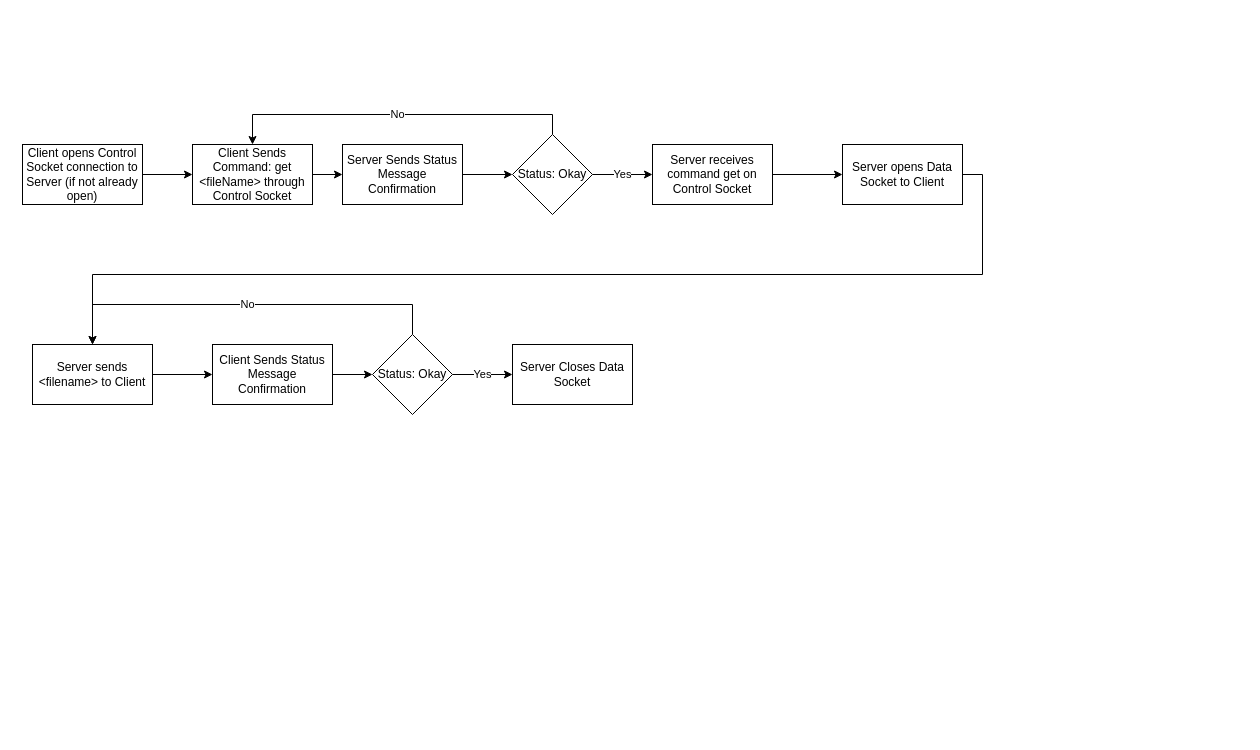
The draw.io diagram Design Documents/FTP Design Document - GET Command.drawio in kipflip1125/client-server, before the edit. Source tidied: cells renumbered, new cells numbered last; positions are measured from the earlier drawing's top-left corner, leaving out a move shared by most shapes. Both pictures are drawn from the tidied source at 100%, with x=0, y=0 at pixel (22, 134).
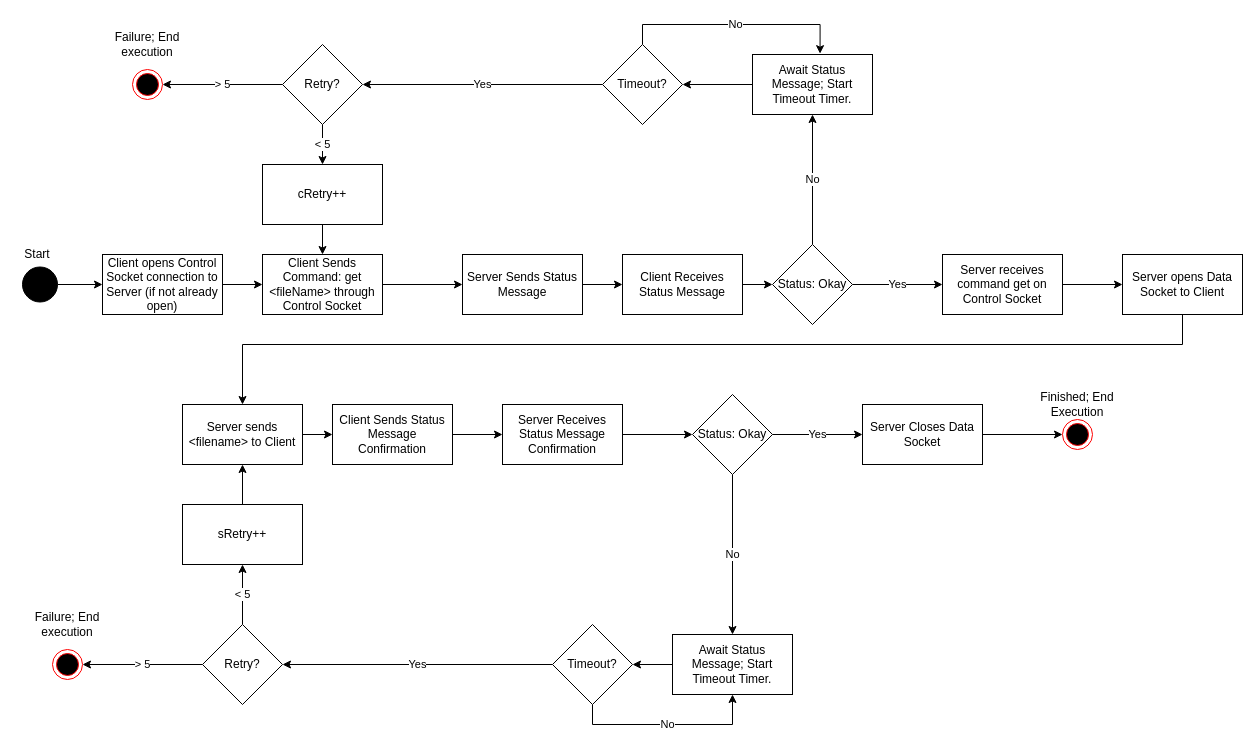
Above is the later version.

Commit message (it also covers changes not shown here):
Added Retry and better ACK handling.  Also Start and End States

What changed in the source:
```diff
@@
     <mxCell id="3" value="Client Sends Command: get &amp;lt;fileName&amp;gt; through Control Socket" style="rounded=0;whiteSpace=wrap;html=1;" parent="1" vertex="1">
-      <mxGeometry x="170" y="10" width="120" height="60" as="geometry" />
+      <mxGeometry x="240" y="120" width="120" height="60" as="geometry" />
     </mxCell>
@@
     <mxCell id="5" value="Server receives command get on Control Socket" style="rounded=0;whiteSpace=wrap;html=1;" parent="1" vertex="1">
-      <mxGeometry x="630" y="10" width="120" height="60" as="geometry" />
+      <mxGeometry x="920" y="120" width="120" height="60" as="geometry" />
     </mxCell>
@@
     <mxCell id="7" value="Client opens Control Socket connection to Server (if not already open)" style="rounded=0;whiteSpace=wrap;html=1;" parent="1" vertex="1">
-      <mxGeometry y="10" width="120" height="60" as="geometry" />
+      <mxGeometry x="80" y="120" width="120" height="60" as="geometry" />
     </mxCell>
-    <mxCell id="8" style="edgeStyle=orthogonalEdgeStyle;rounded=0;jettySize=auto;html=1;exitX=1;exitY=0.5;exitDx=0;exitDy=0;entryX=0.5;entryY=0;entryDx=0;entryDy=0;" parent="1" edge="1" source="9" target="11">
-      <mxGeometry relative="1" as="geometry" />
+    <mxCell id="8" style="edgeStyle=orthogonalEdgeStyle;rounded=0;jettySize=auto;html=1;exitX=0.5;exitY=1;exitDx=0;exitDy=0;entryX=0.5;entryY=0;entryDx=0;entryDy=0;" parent="1" edge="1" source="9" target="11">
+      <mxGeometry relative="1" as="geometry">
+        <Array as="points">
+          <mxPoint x="1160" y="210" />
+          <mxPoint x="220" y="210" />
+        </Array>
+      </mxGeometry>
     </mxCell>
     <mxCell id="9" value="Server opens Data Socket to Client" style="rounded=0;whiteSpace=wrap;html=1;" parent="1" vertex="1">
-      <mxGeometry x="820" y="10" width="120" height="60" as="geometry" />
+      <mxGeometry x="1100" y="120" width="120" height="60" as="geometry" />
     </mxCell>
@@
     <mxCell id="11" value="Server sends &amp;lt;filename&amp;gt; to Client" style="rounded=0;whiteSpace=wrap;html=1;" parent="1" vertex="1">
-      <mxGeometry x="10" y="210" width="120" height="60" as="geometry" />
+      <mxGeometry x="160" y="270" width="120" height="60" as="geometry" />
     </mxCell>
-    <mxCell id="12" style="edgeStyle=orthogonalEdgeStyle;rounded=0;jettySize=auto;html=1;exitX=1;exitY=0.5;exitDx=0;exitDy=0;entryX=0;entryY=0.5;entryDx=0;entryDy=0;" parent="1" edge="1" source="13" target="22">
+    <mxCell id="12" style="edgeStyle=orthogonalEdgeStyle;rounded=0;jettySize=auto;html=1;exitX=1;exitY=0.5;exitDx=0;exitDy=0;entryX=0;entryY=0.5;entryDx=0;entryDy=0;" parent="1" edge="1" source="38" target="22">
       <mxGeometry relative="1" as="geometry" />
     </mxCell>
     <mxCell id="13" value="Client Sends Status Message Confirmation" style="rounded=0;whiteSpace=wrap;html=1;" parent="1" vertex="1">
-      <mxGeometry x="190" y="210" width="120" height="60" as="geometry" />
+      <mxGeometry x="310" y="270" width="120" height="60" as="geometry" />
     </mxCell>
+    <mxCell id="23" style="edgeStyle=orthogonalEdgeStyle;rounded=0;jettySize=auto;html=1;exitX=1;exitY=0.5;exitDx=0;exitDy=0;entryX=0;entryY=0.5;entryDx=0;entryDy=0;" parent="1" edge="1" source="14" target="45">
+      <mxGeometry relative="1" as="geometry" />
+    </mxCell>
     <mxCell id="14" value="Server Closes Data Socket" style="rounded=0;whiteSpace=wrap;html=1;" parent="1" vertex="1">
-      <mxGeometry x="490" y="210" width="120" height="60" as="geometry" />
+      <mxGeometry x="840" y="270" width="120" height="60" as="geometry" />
     </mxCell>
-    <mxCell id="15" value="No" style="edgeStyle=orthogonalEdgeStyle;rounded=0;jettySize=auto;html=1;exitX=0.5;exitY=0;exitDx=0;exitDy=0;entryX=0.5;entryY=0;entryDx=0;entryDy=0;" parent="1" edge="1" source="17" target="3">
-      <mxGeometry relative="1" as="geometry" />
-    </mxCell>
@@
+    <mxCell id="24" value="No" style="edgeStyle=orthogonalEdgeStyle;rounded=0;jettySize=auto;html=1;exitX=0.5;exitY=0;exitDx=0;exitDy=0;entryX=0.5;entryY=1;entryDx=0;entryDy=0;" parent="1" edge="1" source="17" target="27">
+      <mxGeometry relative="1" as="geometry" />
+    </mxCell>
     <mxCell id="17" value="Status: Okay" style="rhombus;whiteSpace=wrap;html=1;" parent="1" vertex="1">
-      <mxGeometry x="490" width="80" height="80" as="geometry" />
+      <mxGeometry x="750" y="110" width="80" height="80" as="geometry" />
     </mxCell>
-    <mxCell id="18" style="edgeStyle=orthogonalEdgeStyle;rounded=0;jettySize=auto;html=1;exitX=1;exitY=0.5;exitDx=0;exitDy=0;entryX=0;entryY=0.5;entryDx=0;entryDy=0;" parent="1" edge="1" source="19" target="17">
+    <mxCell id="18" style="edgeStyle=orthogonalEdgeStyle;rounded=0;jettySize=auto;html=1;exitX=1;exitY=0.5;exitDx=0;exitDy=0;entryX=0;entryY=0.5;entryDx=0;entryDy=0;" parent="1" edge="1" source="28" target="17">
       <mxGeometry relative="1" as="geometry" />
     </mxCell>
-    <mxCell id="19" value="Server Sends Status Message Confirmation" style="rounded=0;whiteSpace=wrap;html=1;" parent="1" vertex="1">
-      <mxGeometry x="320" y="10" width="120" height="60" as="geometry" />
+    <mxCell id="19" value="Server Sends Status Message" style="rounded=0;whiteSpace=wrap;html=1;" parent="1" vertex="1">
+      <mxGeometry x="440" y="120" width="120" height="60" as="geometry" />
     </mxCell>
@@
-    <mxCell id="21" value="No" style="edgeStyle=orthogonalEdgeStyle;rounded=0;jettySize=auto;html=1;exitX=0.5;exitY=0;exitDx=0;exitDy=0;entryX=0.5;entryY=0;entryDx=0;entryDy=0;" parent="1" edge="1" source="22" target="11">
-      <mxGeometry relative="1" as="geometry">
-        <Array as="points">
-          <mxPoint x="390" y="170" />
-          <mxPoint x="70" y="170" />
-        </Array>
-      </mxGeometry>
-    </mxCell>
+    <mxCell id="25" value="No" style="edgeStyle=orthogonalEdgeStyle;rounded=0;jettySize=auto;html=1;exitX=0.5;exitY=1;exitDx=0;exitDy=0;" parent="1" edge="1" source="22" target="34">
+      <mxGeometry relative="1" as="geometry" />
+    </mxCell>
     <mxCell id="22" value="Status: Okay" style="rhombus;whiteSpace=wrap;html=1;" parent="1" vertex="1">
-      <mxGeometry x="350" y="200" width="80" height="80" as="geometry" />
+      <mxGeometry x="670" y="260" width="80" height="80" as="geometry" />
     </mxCell>
+    <mxCell id="26" style="edgeStyle=orthogonalEdgeStyle;rounded=0;jettySize=auto;html=1;exitX=0;exitY=0.5;exitDx=0;exitDy=0;entryX=1;entryY=0.5;entryDx=0;entryDy=0;" parent="1" edge="1" source="27" target="32">
+      <mxGeometry relative="1" as="geometry" />
+    </mxCell>
+    <mxCell id="27" value="Await Status Message; Start Timeout Timer." style="rounded=0;whiteSpace=wrap;html=1;" parent="1" vertex="1">
+      <mxGeometry x="730" y="-80" width="120" height="60" as="geometry" />
+    </mxCell>
+    <mxCell id="28" value="Client Receives Status Message" style="rounded=0;whiteSpace=wrap;html=1;" parent="1" vertex="1">
+      <mxGeometry x="600" y="120" width="120" height="60" as="geometry" />
+    </mxCell>
+    <mxCell id="29" style="edgeStyle=orthogonalEdgeStyle;rounded=0;jettySize=auto;html=1;exitX=1;exitY=0.5;exitDx=0;exitDy=0;entryX=0;entryY=0.5;entryDx=0;entryDy=0;" parent="1" edge="1" source="19" target="28">
+      <mxGeometry relative="1" as="geometry" />
+    </mxCell>
+    <mxCell id="30" value="Yes" style="edgeStyle=orthogonalEdgeStyle;rounded=0;jettySize=auto;html=1;exitX=0;exitY=0.5;exitDx=0;exitDy=0;entryX=1;entryY=0.5;entryDx=0;entryDy=0;" parent="1" edge="1" source="32" target="42">
+      <mxGeometry relative="1" as="geometry" />
+    </mxCell>
+    <mxCell id="31" value="No" style="edgeStyle=orthogonalEdgeStyle;rounded=0;jettySize=auto;html=1;exitX=0.5;exitY=0;exitDx=0;exitDy=0;entryX=0.563;entryY=-0.014;entryDx=0;entryDy=0;entryPerimeter=0;" parent="1" edge="1" source="32" target="27">
+      <mxGeometry relative="1" as="geometry" />
+    </mxCell>
+    <mxCell id="32" value="Timeout?" style="rhombus;whiteSpace=wrap;html=1;" parent="1" vertex="1">
+      <mxGeometry x="580" y="-90" width="80" height="80" as="geometry" />
+    </mxCell>
+    <mxCell id="33" style="edgeStyle=orthogonalEdgeStyle;rounded=0;jettySize=auto;html=1;exitX=0;exitY=0.5;exitDx=0;exitDy=0;entryX=1;entryY=0.5;entryDx=0;entryDy=0;" parent="1" edge="1" source="34" target="37">
+      <mxGeometry relative="1" as="geometry" />
+    </mxCell>
+    <mxCell id="34" value="Await Status Message; Start Timeout Timer." style="rounded=0;whiteSpace=wrap;html=1;" parent="1" vertex="1">
+      <mxGeometry x="650" y="500" width="120" height="60" as="geometry" />
+    </mxCell>
+    <mxCell id="35" value="Yes" style="edgeStyle=orthogonalEdgeStyle;rounded=0;jettySize=auto;html=1;exitX=0;exitY=0.5;exitDx=0;exitDy=0;entryX=1;entryY=0.5;entryDx=0;entryDy=0;" parent="1" edge="1" source="37" target="50">
+      <mxGeometry relative="1" as="geometry">
+        <Array as="points">
+          <mxPoint x="530" y="530" />
+        </Array>
+      </mxGeometry>
+    </mxCell>
+    <mxCell id="36" value="No" style="edgeStyle=orthogonalEdgeStyle;rounded=0;jettySize=auto;html=1;exitX=0.5;exitY=1;exitDx=0;exitDy=0;entryX=0.5;entryY=1;entryDx=0;entryDy=0;" parent="1" edge="1" source="37" target="34">
+      <mxGeometry relative="1" as="geometry" />
+    </mxCell>
+    <mxCell id="37" value="Timeout?" style="rhombus;whiteSpace=wrap;html=1;" parent="1" vertex="1">
+      <mxGeometry x="530" y="490" width="80" height="80" as="geometry" />
+    </mxCell>
+    <mxCell id="38" value="Server Receives Status Message Confirmation" style="rounded=0;whiteSpace=wrap;html=1;" parent="1" vertex="1">
+      <mxGeometry x="480" y="270" width="120" height="60" as="geometry" />
+    </mxCell>
+    <mxCell id="39" style="edgeStyle=orthogonalEdgeStyle;rounded=0;jettySize=auto;html=1;exitX=1;exitY=0.5;exitDx=0;exitDy=0;entryX=0;entryY=0.5;entryDx=0;entryDy=0;" parent="1" edge="1" source="13" target="38">
+      <mxGeometry relative="1" as="geometry" />
+    </mxCell>
+    <mxCell id="40" value="&amp;lt; 5" style="edgeStyle=orthogonalEdgeStyle;rounded=0;jettySize=auto;html=1;exitX=0.5;exitY=1;exitDx=0;exitDy=0;entryX=0.5;entryY=0;entryDx=0;entryDy=0;" parent="1" edge="1" source="42" target="47">
+      <mxGeometry relative="1" as="geometry" />
+    </mxCell>
+    <mxCell id="41" value="&amp;gt; 5" style="edgeStyle=orthogonalEdgeStyle;rounded=0;jettySize=auto;html=1;exitX=0;exitY=0.5;exitDx=0;exitDy=0;entryX=1;entryY=0.5;entryDx=0;entryDy=0;" parent="1" edge="1" source="42" target="43">
+      <mxGeometry relative="1" as="geometry" />
+    </mxCell>
+    <mxCell id="42" value="Retry?" style="rhombus;whiteSpace=wrap;html=1;" parent="1" vertex="1">
+      <mxGeometry x="260" y="-90" width="80" height="80" as="geometry" />
+    </mxCell>
+    <mxCell id="43" style="ellipse;html=1;shape=endState;fillColor=#000000;strokeColor=#ff0000;" parent="1" vertex="1">
+      <mxGeometry x="110" y="-65" width="30" height="30" as="geometry" />
+    </mxCell>
+    <mxCell id="44" value="Failure; End execution" style="text;html=1;strokeColor=none;fillColor=none;align=center;verticalAlign=middle;whiteSpace=wrap;rounded=0;" parent="1" vertex="1">
+      <mxGeometry x="90" y="-100" width="70" height="20" as="geometry" />
+    </mxCell>
+    <mxCell id="45" style="ellipse;html=1;shape=endState;fillColor=#000000;strokeColor=#ff0000;" parent="1" vertex="1">
+      <mxGeometry x="1040" y="285" width="30" height="30" as="geometry" />
+    </mxCell>
+    <mxCell id="46" style="edgeStyle=orthogonalEdgeStyle;rounded=0;jettySize=auto;html=1;exitX=0.5;exitY=1;exitDx=0;exitDy=0;entryX=0.5;entryY=0;entryDx=0;entryDy=0;" parent="1" edge="1" source="47" target="3">
+      <mxGeometry relative="1" as="geometry" />
+    </mxCell>
+    <mxCell id="47" value="cRetry++" style="rounded=0;whiteSpace=wrap;html=1;" parent="1" vertex="1">
+      <mxGeometry x="240" y="30" width="120" height="60" as="geometry" />
+    </mxCell>
+    <mxCell id="48" value="&amp;gt; 5" style="edgeStyle=orthogonalEdgeStyle;rounded=0;jettySize=auto;html=1;exitX=0;exitY=0.5;exitDx=0;exitDy=0;entryX=1;entryY=0.5;entryDx=0;entryDy=0;" parent="1" edge="1" source="50" target="51">
+      <mxGeometry relative="1" as="geometry" />
+    </mxCell>
+    <mxCell id="49" value="&amp;lt; 5" style="edgeStyle=orthogonalEdgeStyle;rounded=0;jettySize=auto;html=1;exitX=0.5;exitY=0;exitDx=0;exitDy=0;entryX=0.5;entryY=1;entryDx=0;entryDy=0;" parent="1" edge="1" source="50" target="54">
+      <mxGeometry relative="1" as="geometry" />
+    </mxCell>
+    <mxCell id="50" value="Retry?" style="rhombus;whiteSpace=wrap;html=1;" parent="1" vertex="1">
+      <mxGeometry x="180" y="490" width="80" height="80" as="geometry" />
+    </mxCell>
+    <mxCell id="51" style="ellipse;html=1;shape=endState;fillColor=#000000;strokeColor=#ff0000;" parent="1" vertex="1">
+      <mxGeometry x="30" y="515" width="30" height="30" as="geometry" />
+    </mxCell>
+    <mxCell id="52" value="Failure; End execution" style="text;html=1;strokeColor=none;fillColor=none;align=center;verticalAlign=middle;whiteSpace=wrap;rounded=0;" parent="1" vertex="1">
+      <mxGeometry x="10" y="480" width="70" height="20" as="geometry" />
+    </mxCell>
+    <mxCell id="53" style="edgeStyle=orthogonalEdgeStyle;rounded=0;jettySize=auto;html=1;exitX=0.5;exitY=0;exitDx=0;exitDy=0;entryX=0.5;entryY=1;entryDx=0;entryDy=0;" parent="1" edge="1" source="54" target="11">
+      <mxGeometry relative="1" as="geometry" />
+    </mxCell>
+    <mxCell id="54" value="sRetry++" style="rounded=0;whiteSpace=wrap;html=1;" parent="1" vertex="1">
+      <mxGeometry x="160" y="370" width="120" height="60" as="geometry" />
+    </mxCell>
+    <mxCell id="55" style="edgeStyle=orthogonalEdgeStyle;rounded=0;jettySize=auto;html=1;exitX=1;exitY=0.5;exitDx=0;exitDy=0;entryX=0;entryY=0.5;entryDx=0;entryDy=0;" parent="1" edge="1" source="56" target="7">
+      <mxGeometry relative="1" as="geometry" />
+    </mxCell>
+    <mxCell id="56" style="ellipse;whiteSpace=wrap;html=1;fillColor=#000000;" parent="1" vertex="1">
+      <mxGeometry y="132.5" width="35" height="35" as="geometry" />
+    </mxCell>
+    <mxCell id="57" value="Start" style="text;html=1;strokeColor=none;fillColor=none;align=center;verticalAlign=middle;whiteSpace=wrap;rounded=0;" parent="1" vertex="1">
+      <mxGeometry x="-5" y="110" width="40" height="20" as="geometry" />
+    </mxCell>
+    <mxCell id="58" value="Finished; End Execution" style="text;html=1;strokeColor=none;fillColor=none;align=center;verticalAlign=middle;whiteSpace=wrap;rounded=0;" parent="1" vertex="1">
+      <mxGeometry x="1015" y="260" width="80" height="20" as="geometry" />
+    </mxCell>
```
